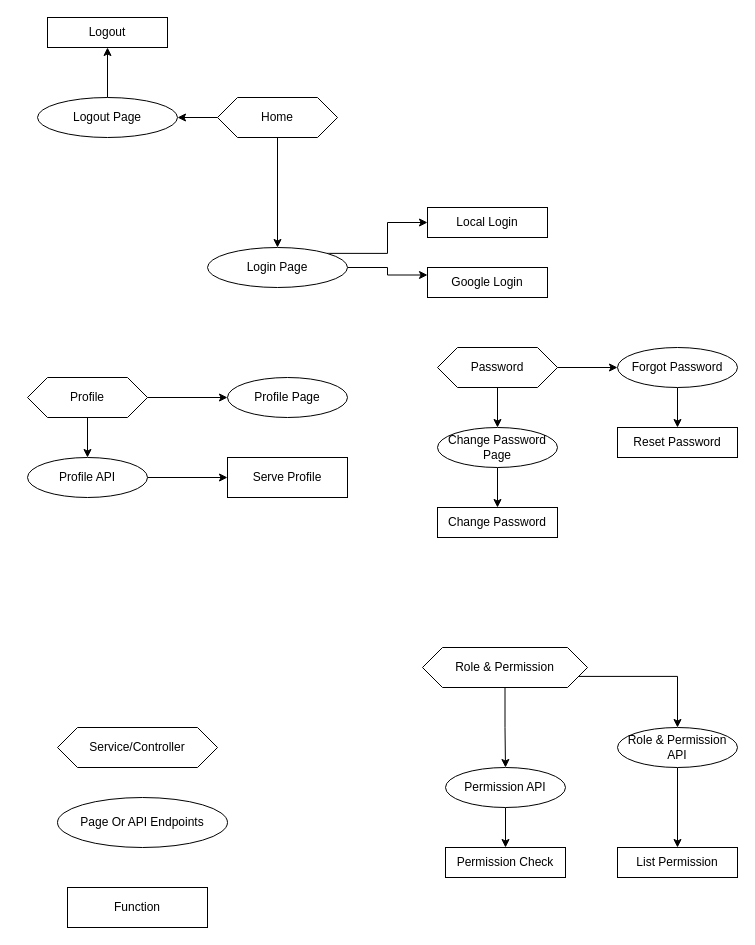
nh439/RocketShop3 keeps this draw.io diagram as page "Identity" (1 of 4) of Design/Design.drawio. Above is the earlier version. Source tidied: cells renumbered, new cells numbered last; positions are measured from the earlier drawing's top-left corner, leaving out a move shared by most shapes. Both pictures are drawn from the tidied source at 100%, with x=0, y=0 at pixel (27, 17).
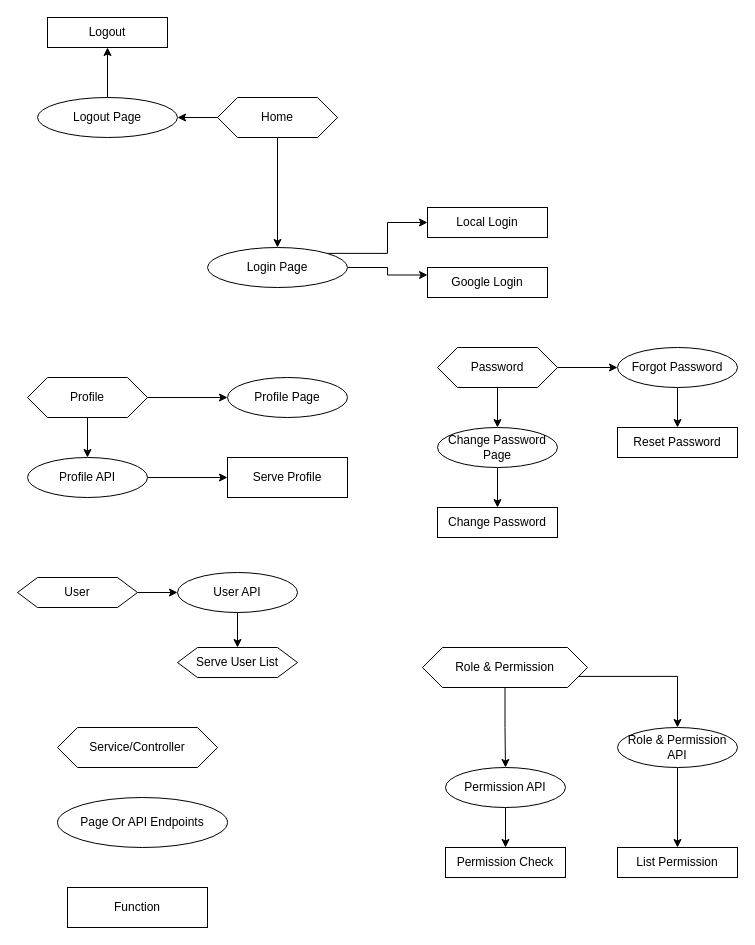
Above is the later version.

The edit, as a diff of the source:
```diff
@@
+    <mxCell id="41" style="edgeStyle=orthogonalEdgeStyle;rounded=0;jettySize=auto;html=1;exitX=1;exitY=0.5;exitDx=0;exitDy=0;entryX=0;entryY=0.5;entryDx=0;entryDy=0;" parent="1" edge="1" source="42" target="44">
+      <mxGeometry relative="1" as="geometry" />
+    </mxCell>
+    <mxCell id="42" value="User" style="shape=hexagon;perimeter=hexagonPerimeter2;whiteSpace=wrap;html=1;fixedSize=1;" parent="1" vertex="1">
+      <mxGeometry x="-10" y="560" width="120" height="30" as="geometry" />
+    </mxCell>
+    <mxCell id="43" style="edgeStyle=orthogonalEdgeStyle;rounded=0;jettySize=auto;html=1;exitX=0.5;exitY=1;exitDx=0;exitDy=0;entryX=0.5;entryY=0;entryDx=0;entryDy=0;" parent="1" edge="1" source="44" target="45">
+      <mxGeometry relative="1" as="geometry" />
+    </mxCell>
+    <mxCell id="44" value="User API" style="ellipse;whiteSpace=wrap;html=1;" parent="1" vertex="1">
+      <mxGeometry x="150" y="555" width="120" height="40" as="geometry" />
+    </mxCell>
+    <mxCell id="45" value="Serve User List" style="shape=hexagon;perimeter=hexagonPerimeter2;whiteSpace=wrap;html=1;fixedSize=1;" parent="1" vertex="1">
+      <mxGeometry x="150" y="630" width="120" height="30" as="geometry" />
+    </mxCell>
```
